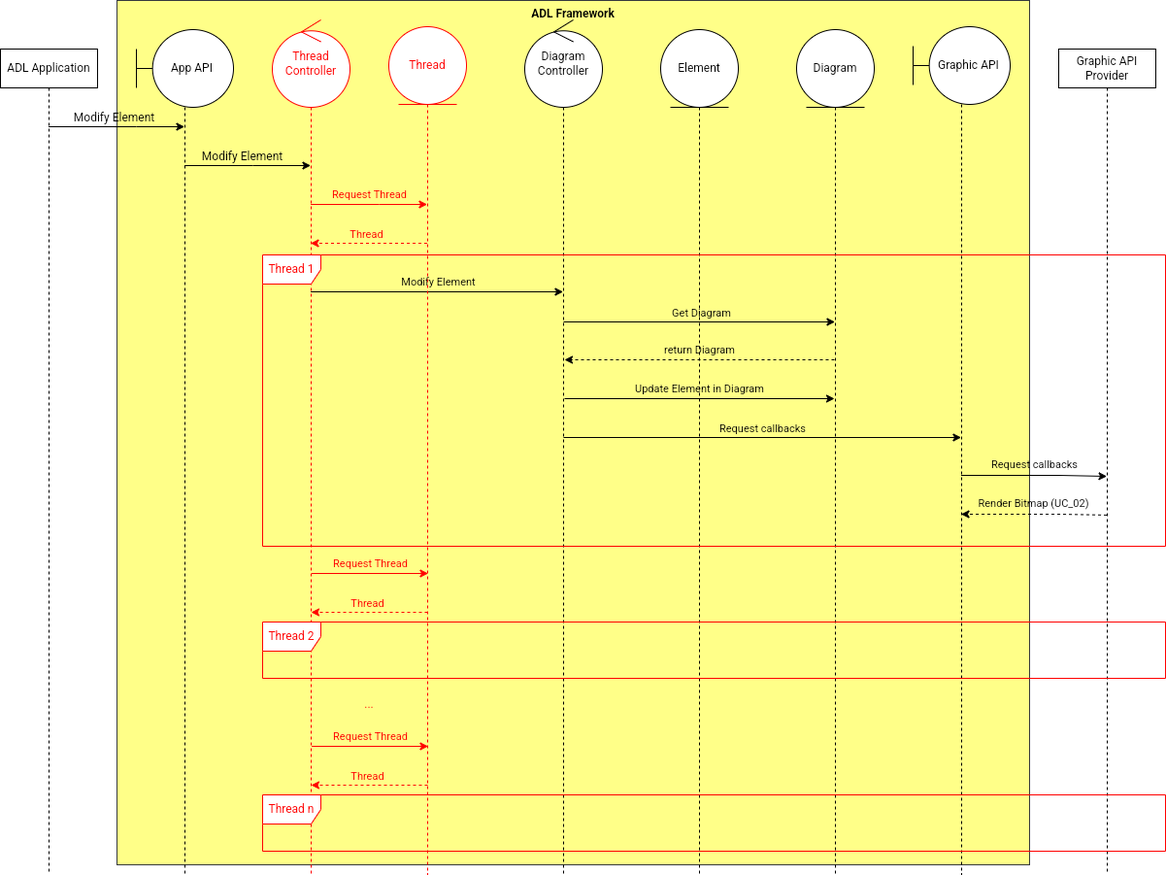
This is CA/CA1.drawio.png from phunm211/SW-Associate-Architecture, a draw.io export, as it was before one commit. Source tidied: cells renumbered, new cells last; positions are measured from the earlier drawing's top-left corner, leaving out a move shared by most shapes.
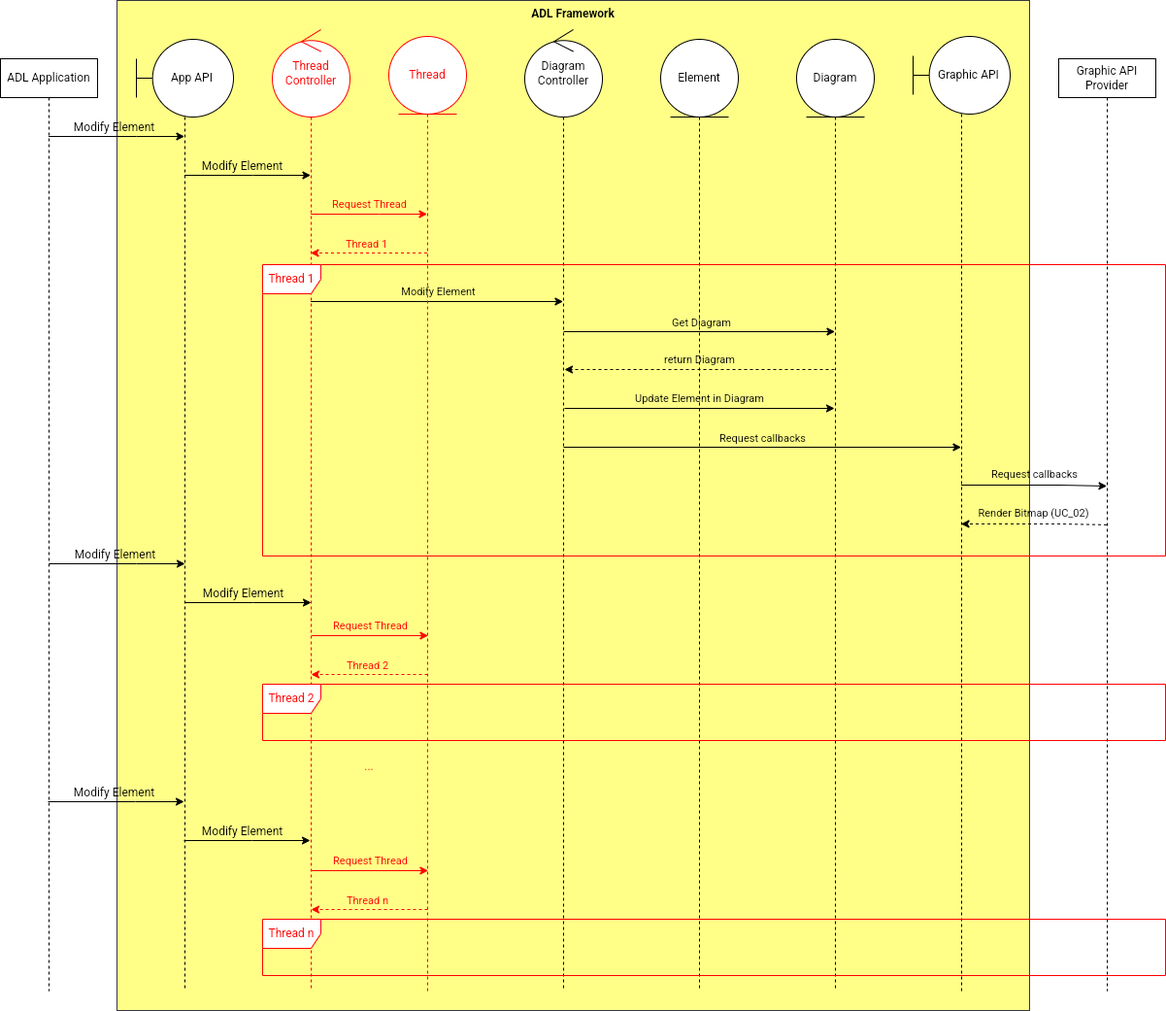
The same diagram one commit later.

What changed in the source:
```diff
@@ -3,10 +3,10 @@
     <mxCell id="0" />
     <mxCell id="1" parent="0" />
     <mxCell id="2" value="ADL Framework" style="rounded=0;whiteSpace=wrap;html=1;strokeColor=#36393d;align=center;verticalAlign=top;fontFamily=Helvetica;fontSize=12;fillColor=#ffff88;fontStyle=1;" parent="1" vertex="1">
-      <mxGeometry x="120" width="940" height="890" as="geometry" />
+      <mxGeometry x="120" y="-10" width="940" height="1040" as="geometry" />
     </mxCell>
     <mxCell id="3" value="Element" style="shape=umlLifeline;perimeter=lifelinePerimeter;whiteSpace=wrap;html=1;newEdgeStyle={&quot;curved&quot;:0,&quot;rounded&quot;:0};participant=umlEntity;strokeColor=default;align=center;verticalAlign=middle;fontFamily=Helvetica;fontSize=12;fontColor=default;fillColor=default;size=80;" parent="1" vertex="1">
-      <mxGeometry x="680" y="30" width="80" height="870" as="geometry" />
+      <mxGeometry x="680" y="30" width="80" height="980" as="geometry" />
     </mxCell>
     <mxCell id="4" style="rounded=0;jettySize=auto;html=1;fontFamily=Helvetica;fontSize=12;fontColor=default;" parent="1" edge="1" source="6" target="12">
       <mxGeometry relative="1" as="geometry">
@@ -21,7 +21,7 @@
       </mxGeometry>
     </mxCell>
     <mxCell id="6" value="ADL Application" style="shape=umlLifeline;perimeter=lifelinePerimeter;whiteSpace=wrap;html=1;outlineConnect=0;portConstraint=eastwest;newEdgeStyle={&quot;curved&quot;:0,&quot;rounded&quot;:0};" parent="1" vertex="1">
-      <mxGeometry y="50" width="100" height="850" as="geometry" />
+      <mxGeometry y="50" width="100" height="960" as="geometry" />
     </mxCell>
     <mxCell id="7" style="rounded=0;jettySize=auto;html=1;fontFamily=Helvetica;fontSize=12;fontColor=default;" parent="1" edge="1" source="12" target="27">
       <mxGeometry relative="1" as="geometry">
@@ -49,10 +49,10 @@
       </mxGeometry>
     </mxCell>
     <mxCell id="11" value="Diagram Controller" style="shape=umlLifeline;perimeter=lifelinePerimeter;whiteSpace=wrap;html=1;newEdgeStyle={&quot;curved&quot;:0,&quot;rounded&quot;:0};participant=umlControl;strokeColor=default;align=center;verticalAlign=middle;fontFamily=Helvetica;fontSize=12;fontColor=default;fillColor=default;size=90;" parent="1" vertex="1">
-      <mxGeometry x="540" y="20" width="80" height="880" as="geometry" />
+      <mxGeometry x="540" y="20" width="80" height="990" as="geometry" />
     </mxCell>
     <mxCell id="12" value="&amp;nbsp; &amp;nbsp; &amp;nbsp;App API" style="shape=umlLifeline;perimeter=lifelinePerimeter;whiteSpace=wrap;html=1;outlineConnect=0;portConstraint=eastwest;newEdgeStyle={&quot;curved&quot;:0,&quot;rounded&quot;:0};participant=umlBoundary;size=80;" parent="1" vertex="1">
-      <mxGeometry x="140" y="30" width="100" height="870" as="geometry" />
+      <mxGeometry x="140" y="30" width="100" height="980" as="geometry" />
     </mxCell>
     <mxCell id="13" style="rounded=0;jettySize=auto;html=1;" parent="1" edge="1" target="16">
       <mxGeometry relative="1" as="geometry">
@@ -74,7 +74,7 @@
       </mxGeometry>
     </mxCell>
     <mxCell id="16" value="Diagram" style="shape=umlLifeline;perimeter=lifelinePerimeter;whiteSpace=wrap;html=1;outlineConnect=0;portConstraint=eastwest;newEdgeStyle={&quot;curved&quot;:0,&quot;rounded&quot;:0};participant=umlEntity;strokeColor=default;align=center;verticalAlign=middle;fontFamily=Helvetica;fontSize=12;fontColor=default;fillColor=default;size=80;" parent="1" vertex="1">
-      <mxGeometry x="820" y="30" width="80" height="870" as="geometry" />
+      <mxGeometry x="820" y="30" width="80" height="980" as="geometry" />
     </mxCell>
     <mxCell id="17" style="rounded=0;jettySize=auto;html=1;dashed=1;exitX=0.935;exitY=0.893;exitDx=0;exitDy=0;exitPerimeter=0;" parent="1" edge="1" source="31">
       <mxGeometry relative="1" as="geometry">
@@ -90,7 +90,7 @@
       </mxGeometry>
     </mxCell>
     <mxCell id="19" value="Graphic API Provider" style="shape=umlLifeline;perimeter=lifelinePerimeter;whiteSpace=wrap;html=1;newEdgeStyle={&quot;curved&quot;:0,&quot;rounded&quot;:0};" parent="1" vertex="1">
-      <mxGeometry x="1090" y="50" width="100" height="850" as="geometry" />
+      <mxGeometry x="1090" y="50" width="100" height="960" as="geometry" />
     </mxCell>
     <mxCell id="20" style="rounded=0;jettySize=auto;html=1;entryX=0.935;entryY=0.76;entryDx=0;entryDy=0;entryPerimeter=0;" parent="1" edge="1" target="31">
       <mxGeometry relative="1" as="geometry">
@@ -106,7 +106,7 @@
       </mxGeometry>
     </mxCell>
     <mxCell id="22" value="&amp;nbsp; &amp;nbsp; &amp;nbsp;Graphic API" style="shape=umlLifeline;perimeter=lifelinePerimeter;whiteSpace=wrap;html=1;outlineConnect=0;portConstraint=eastwest;newEdgeStyle={&quot;curved&quot;:0,&quot;rounded&quot;:0};participant=umlBoundary;size=80;" parent="1" vertex="1">
-      <mxGeometry x="940" y="27" width="100" height="873" as="geometry" />
+      <mxGeometry x="940" y="27" width="100" height="983" as="geometry" />
     </mxCell>
     <mxCell id="23" value="return Diagram" style="rounded=0;orthogonalLoop=1;jettySize=auto;html=1;dashed=1;labelBackgroundColor=none;" parent="1" edge="1">
       <mxGeometry y="-10" relative="1" as="geometry">
@@ -133,7 +133,7 @@
       </mxGeometry>
     </mxCell>
     <mxCell id="27" value="Thread Controller" style="shape=umlLifeline;perimeter=lifelinePerimeter;whiteSpace=wrap;html=1;outlineConnect=0;portConstraint=eastwest;newEdgeStyle={&quot;curved&quot;:0,&quot;rounded&quot;:0};participant=umlControl;strokeColor=#FF0000;align=center;verticalAlign=middle;fontFamily=Helvetica;fontSize=12;fontColor=#FF0000;fillColor=default;size=90;" parent="1" vertex="1">
-      <mxGeometry x="280" y="20" width="80" height="880" as="geometry" />
+      <mxGeometry x="280" y="20" width="80" height="990" as="geometry" />
     </mxCell>
     <mxCell id="28" style="rounded=0;orthogonalLoop=1;jettySize=auto;html=1;dashed=1;fontColor=#FF0000;strokeColor=#FF0000;" parent="1" edge="1">
       <mxGeometry relative="1" as="geometry">
@@ -141,26 +141,26 @@
         <mxPoint x="319.5" y="250" as="targetPoint" />
       </mxGeometry>
     </mxCell>
-    <mxCell id="29" value="Thread" style="edgeLabel;html=1;align=center;verticalAlign=middle;fontColor=#FF0000;labelBackgroundColor=none;" parent="28" vertex="1">
+    <mxCell id="29" value="Thread 1" style="edgeLabel;html=1;align=center;verticalAlign=middle;fontColor=#FF0000;labelBackgroundColor=none;" parent="28" vertex="1">
       <mxGeometry x="0.08" relative="1" as="geometry">
         <mxPoint x="2" y="-10" as="offset" />
       </mxGeometry>
     </mxCell>
     <mxCell id="30" value="Thread" style="shape=umlLifeline;perimeter=lifelinePerimeter;whiteSpace=wrap;html=1;outlineConnect=0;portConstraint=eastwest;newEdgeStyle={&quot;curved&quot;:0,&quot;rounded&quot;:0};participant=umlEntity;strokeColor=#FF0000;align=center;verticalAlign=middle;fontFamily=Helvetica;fontSize=12;fontColor=#FF0000;fillColor=default;size=80;" parent="1" vertex="1">
-      <mxGeometry x="400" y="27" width="80" height="873" as="geometry" />
+      <mxGeometry x="400" y="27" width="80" height="983" as="geometry" />
     </mxCell>
     <mxCell id="31" value="&lt;font color=&quot;#ff0000&quot;&gt;Thread 1&lt;/font&gt;" style="shape=umlFrame;whiteSpace=wrap;html=1;strokeColor=#FF0000;" parent="1" vertex="1">
       <mxGeometry x="270" y="262" width="930" height="300" as="geometry" />
     </mxCell>
     <mxCell id="32" value="&lt;font color=&quot;#ff0000&quot;&gt;Thread 2&lt;/font&gt;" style="shape=umlFrame;whiteSpace=wrap;html=1;strokeColor=#FF0000;" parent="1" vertex="1">
-      <mxGeometry x="270" y="640" width="930" height="58" as="geometry" />
+      <mxGeometry x="270" y="694" width="930" height="58" as="geometry" />
     </mxCell>
     <mxCell id="33" style="rounded=0;orthogonalLoop=1;jettySize=auto;html=1;strokeColor=#FF0000;" parent="1" edge="1">
       <mxGeometry relative="1" as="geometry">
-        <mxPoint x="320.5" y="590" as="sourcePoint" />
-        <mxPoint x="440.5" y="590" as="targetPoint" />
+        <mxPoint x="320.5" y="644" as="sourcePoint" />
+        <mxPoint x="440.5" y="644" as="targetPoint" />
         <Array as="points">
-          <mxPoint x="390.5" y="590" />
+          <mxPoint x="390.5" y="644" />
         </Array>
       </mxGeometry>
     </mxCell>
@@ -171,27 +171,27 @@
     </mxCell>
     <mxCell id="35" style="rounded=0;orthogonalLoop=1;jettySize=auto;html=1;dashed=1;strokeColor=#FF0000;" parent="1" edge="1">
       <mxGeometry relative="1" as="geometry">
-        <mxPoint x="440" y="630" as="sourcePoint" />
-        <mxPoint x="320" y="630" as="targetPoint" />
+        <mxPoint x="440" y="684" as="sourcePoint" />
+        <mxPoint x="320" y="684" as="targetPoint" />
       </mxGeometry>
     </mxCell>
-    <mxCell id="36" value="&lt;font color=&quot;#ff0000&quot;&gt;Thread&lt;/font&gt;" style="edgeLabel;html=1;align=center;verticalAlign=middle;labelBackgroundColor=none;" parent="35" vertex="1">
+    <mxCell id="36" value="&lt;font color=&quot;#ff0000&quot;&gt;Thread 2&lt;/font&gt;" style="edgeLabel;html=1;align=center;verticalAlign=middle;labelBackgroundColor=none;" parent="35" vertex="1">
       <mxGeometry x="0.08" relative="1" as="geometry">
         <mxPoint x="2" y="-10" as="offset" />
       </mxGeometry>
     </mxCell>
     <mxCell id="37" value="&lt;font color=&quot;#ff0000&quot;&gt;...&lt;/font&gt;" style="text;html=1;strokeColor=none;fillColor=none;align=center;verticalAlign=middle;whiteSpace=wrap;rounded=0;" parent="1" vertex="1">
-      <mxGeometry x="350" y="710" width="60" height="30" as="geometry" />
+      <mxGeometry x="350" y="764" width="60" height="30" as="geometry" />
     </mxCell>
     <mxCell id="38" value="&lt;font color=&quot;#ff0000&quot;&gt;Thread n&lt;/font&gt;" style="shape=umlFrame;whiteSpace=wrap;html=1;strokeColor=#FF0000;" parent="1" vertex="1">
-      <mxGeometry x="270" y="818" width="930" height="58" as="geometry" />
+      <mxGeometry x="270" y="936" width="930" height="58" as="geometry" />
     </mxCell>
     <mxCell id="39" style="rounded=0;orthogonalLoop=1;jettySize=auto;html=1;strokeColor=#FF0000;" parent="1" edge="1">
       <mxGeometry relative="1" as="geometry">
-        <mxPoint x="320.5" y="768" as="sourcePoint" />
-        <mxPoint x="440.5" y="768" as="targetPoint" />
+        <mxPoint x="320.5" y="886" as="sourcePoint" />
+        <mxPoint x="440.5" y="886" as="targetPoint" />
         <Array as="points">
-          <mxPoint x="390.5" y="768" />
+          <mxPoint x="390.5" y="886" />
         </Array>
       </mxGeometry>
     </mxCell>
@@ -202,14 +202,70 @@
     </mxCell>
     <mxCell id="41" style="rounded=0;orthogonalLoop=1;jettySize=auto;html=1;dashed=1;strokeColor=#FF0000;" parent="1" edge="1">
       <mxGeometry relative="1" as="geometry">
-        <mxPoint x="440" y="808" as="sourcePoint" />
-        <mxPoint x="320" y="808" as="targetPoint" />
+        <mxPoint x="440" y="926" as="sourcePoint" />
+        <mxPoint x="320" y="926" as="targetPoint" />
       </mxGeometry>
     </mxCell>
-    <mxCell id="42" value="&lt;font color=&quot;#ff0000&quot;&gt;Thread&lt;/font&gt;" style="edgeLabel;html=1;align=center;verticalAlign=middle;labelBackgroundColor=none;" parent="41" vertex="1">
+    <mxCell id="42" value="&lt;font color=&quot;#ff0000&quot;&gt;Thread n&lt;/font&gt;" style="edgeLabel;html=1;align=center;verticalAlign=middle;labelBackgroundColor=none;" parent="41" vertex="1">
       <mxGeometry x="0.08" relative="1" as="geometry">
         <mxPoint x="2" y="-10" as="offset" />
       </mxGeometry>
     </mxCell>
+    <mxCell id="43" style="rounded=0;orthogonalLoop=1;jettySize=auto;html=1;fontFamily=Helvetica;fontSize=12;fontColor=default;" parent="1" edge="1">
+      <mxGeometry relative="1" as="geometry">
+        <mxPoint x="50" y="570" as="sourcePoint" />
+        <mxPoint x="190" y="570" as="targetPoint" />
+        <Array as="points">
+          <mxPoint x="140" y="570" />
+        </Array>
+      </mxGeometry>
+    </mxCell>
+    <mxCell id="44" value="Modify Element" style="edgeLabel;html=1;align=center;verticalAlign=middle;fontSize=12;fontFamily=Helvetica;fontColor=default;labelBackgroundColor=none;" parent="43" vertex="1">
+      <mxGeometry x="-0.04" y="2" relative="1" as="geometry">
+        <mxPoint y="-8" as="offset" />
+      </mxGeometry>
+    </mxCell>
+    <mxCell id="45" style="rounded=0;orthogonalLoop=1;jettySize=auto;html=1;fontFamily=Helvetica;fontSize=12;fontColor=default;" parent="1" edge="1">
+      <mxGeometry relative="1" as="geometry">
+        <mxPoint x="190" y="610" as="sourcePoint" />
+        <mxPoint x="320" y="610" as="targetPoint" />
+        <Array as="points">
+          <mxPoint x="260" y="610" />
+        </Array>
+      </mxGeometry>
+    </mxCell>
+    <mxCell id="46" value="Modify Element" style="edgeLabel;html=1;align=center;verticalAlign=middle;fontSize=12;fontFamily=Helvetica;fontColor=default;labelBackgroundColor=none;" parent="45" vertex="1">
+      <mxGeometry x="-0.09" y="-1" relative="1" as="geometry">
+        <mxPoint y="-11" as="offset" />
+      </mxGeometry>
+    </mxCell>
+    <mxCell id="47" style="rounded=0;orthogonalLoop=1;jettySize=auto;html=1;fontFamily=Helvetica;fontSize=12;fontColor=default;" parent="1" edge="1">
+      <mxGeometry relative="1" as="geometry">
+        <mxPoint x="49" y="815" as="sourcePoint" />
+        <mxPoint x="189" y="815" as="targetPoint" />
+        <Array as="points">
+          <mxPoint x="139" y="815" />
+        </Array>
+      </mxGeometry>
+    </mxCell>
+    <mxCell id="48" value="Modify Element" style="edgeLabel;html=1;align=center;verticalAlign=middle;fontSize=12;fontFamily=Helvetica;fontColor=default;labelBackgroundColor=none;" parent="47" vertex="1">
+      <mxGeometry x="-0.04" y="2" relative="1" as="geometry">
+        <mxPoint y="-8" as="offset" />
+      </mxGeometry>
+    </mxCell>
+    <mxCell id="49" style="rounded=0;orthogonalLoop=1;jettySize=auto;html=1;fontFamily=Helvetica;fontSize=12;fontColor=default;" parent="1" edge="1">
+      <mxGeometry relative="1" as="geometry">
+        <mxPoint x="189" y="855" as="sourcePoint" />
+        <mxPoint x="319" y="855" as="targetPoint" />
+        <Array as="points">
+          <mxPoint x="259" y="855" />
+        </Array>
+      </mxGeometry>
+    </mxCell>
+    <mxCell id="50" value="Modify Element" style="edgeLabel;html=1;align=center;verticalAlign=middle;fontSize=12;fontFamily=Helvetica;fontColor=default;labelBackgroundColor=none;" parent="49" vertex="1">
+      <mxGeometry x="-0.09" y="-1" relative="1" as="geometry">
+        <mxPoint y="-11" as="offset" />
+      </mxGeometry>
+    </mxCell>
   </root>
 </mxGraphModel>
```
